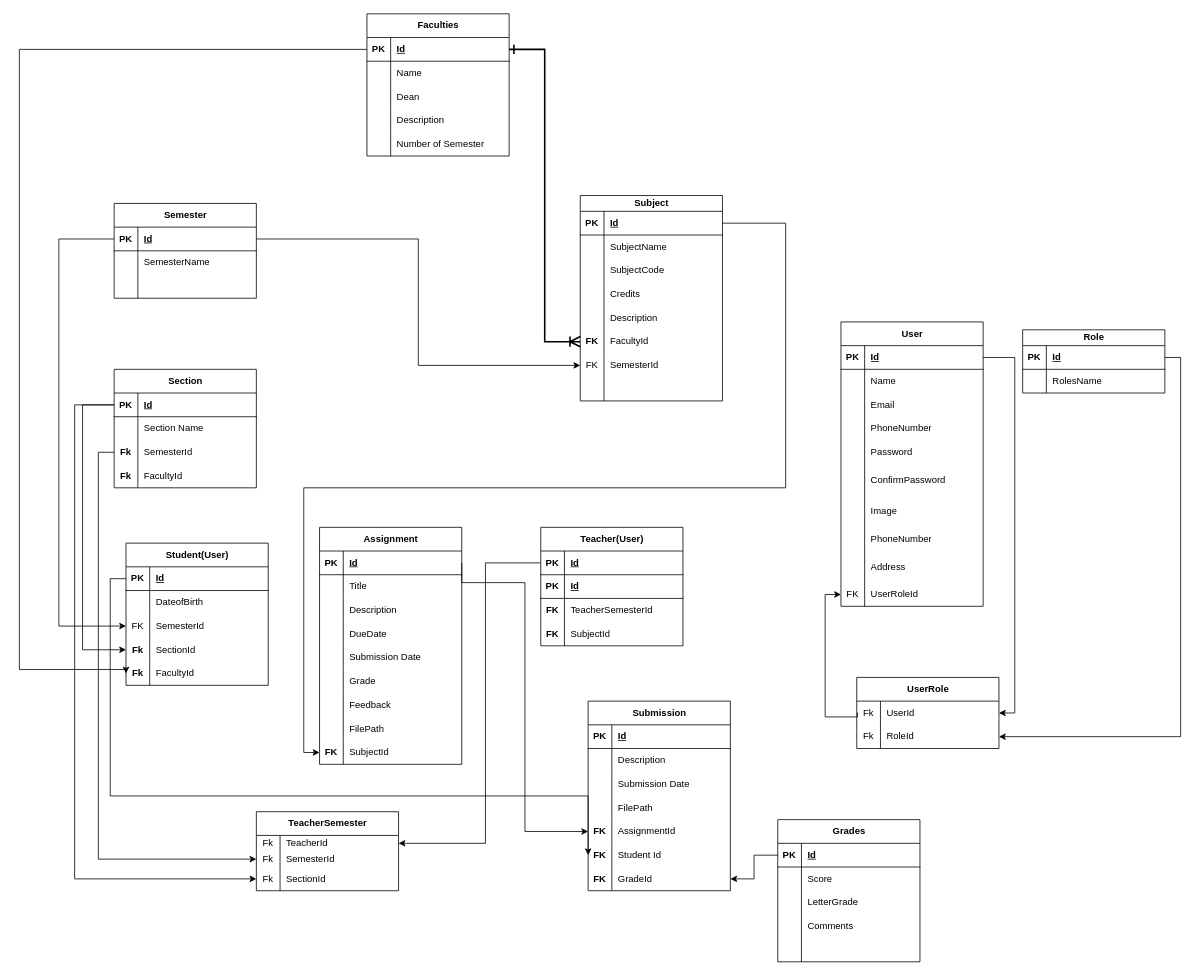
Before: Untitled Diagram.drawio in Prakriti4/DotNetMVC, a draw.io diagram. Source tidied: cells renumbered, new cells numbered last; positions are measured from the earlier drawing's top-left corner, leaving out a move shared by most shapes. Both pictures are drawn from the tidied source at 79%, with x=0, y=0 at pixel (19, 13).
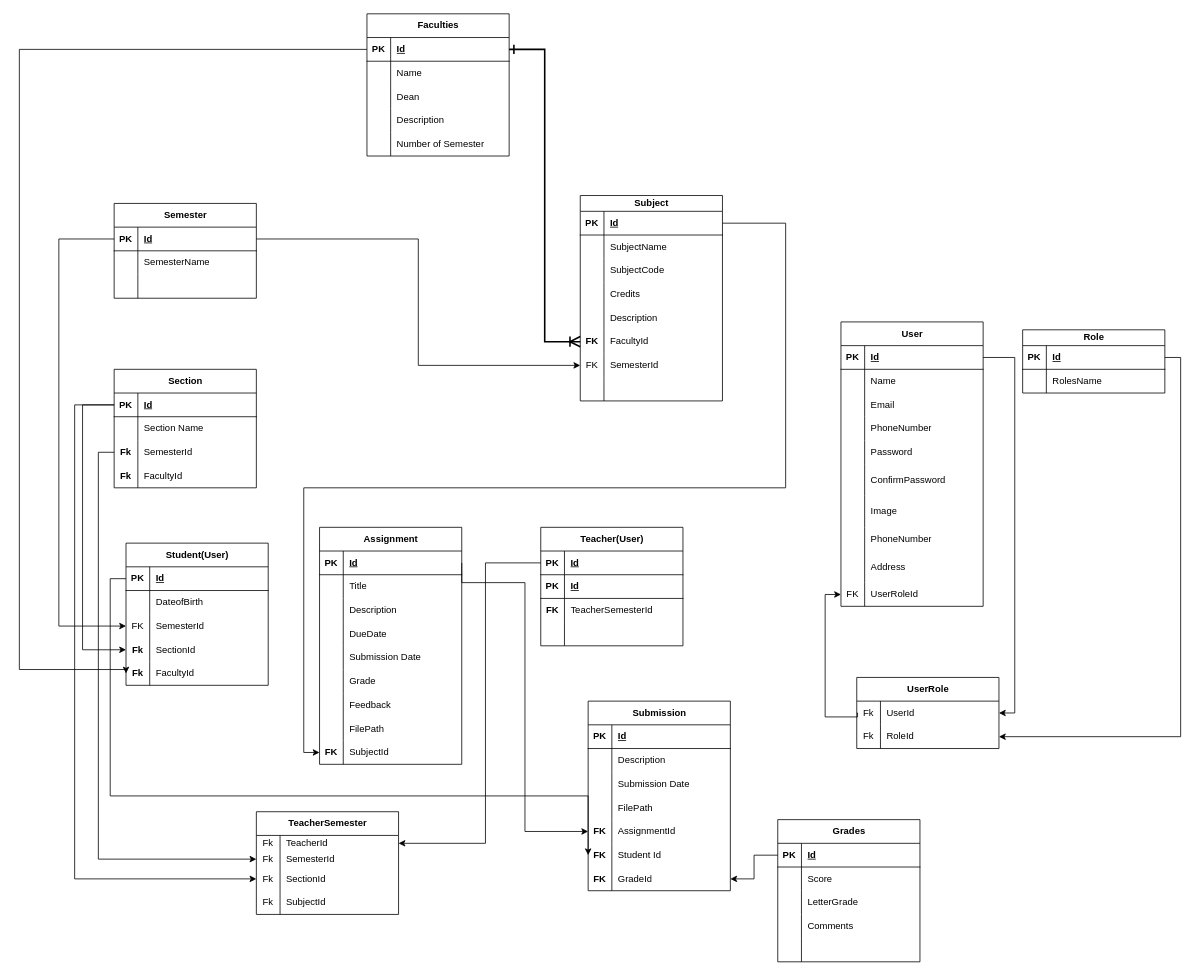
Above is the later version.

The change refers to these unchanged cells:
```xml
<mxCell id="40" style="shape=tableRow;horizontal=0;startSize=0;swimlaneHead=0;swimlaneBody=0;fillColor=none;top=0;left=0;right=0;bottom=0;" parent="30" vertex="1">
  <mxGeometry y="120" width="180" height="30" as="geometry" />
</mxCell>
```

What changed in the source:
```diff
@@
-    <mxCell id="41" value="&lt;b&gt;FK&lt;/b&gt;" style="shape=partialRectangle;fillColor=none;top=0;left=0;bottom=0;right=0;overflow=hidden;whiteSpace=wrap;html=1;" parent="40" vertex="1">
+    <mxCell id="41" style="shape=partialRectangle;fillColor=none;top=0;left=0;bottom=0;right=0;overflow=hidden;whiteSpace=wrap;html=1;" parent="40" vertex="1">
       <mxGeometry width="30" height="30" as="geometry" />
     </mxCell>
-    <mxCell id="42" value="SubjectId" style="shape=partialRectangle;fillColor=none;top=0;left=0;bottom=0;right=0;align=left;spacingLeft=6;overflow=hidden;whiteSpace=wrap;html=1;" parent="40" vertex="1">
+    <mxCell id="42" style="shape=partialRectangle;fillColor=none;top=0;left=0;bottom=0;right=0;align=left;spacingLeft=6;overflow=hidden;whiteSpace=wrap;html=1;" parent="40" vertex="1">
       <mxGeometry x="30" width="150" height="30" as="geometry" />
     </mxCell>
@@
     <mxCell id="171" value="TeacherSemester" style="shape=table;startSize=30;childLayout=tableLayout;rowLines=0;fontStyle=1;align=center;html=1;" parent="1" vertex="1">
-      <mxGeometry x="300" y="1010" width="180" height="100" as="geometry" />
+      <mxGeometry x="300" y="1010" width="180" height="130" as="geometry" />
     </mxCell>
@@
+    <mxCell id="231" style="shape=tableRow;horizontal=0;startSize=0;swimlaneHead=0;swimlaneBody=0;fillColor=none;top=0;left=0;right=0;bottom=0;" parent="171" vertex="1">
+      <mxGeometry y="100" width="180" height="30" as="geometry" />
+    </mxCell>
+    <mxCell id="232" value="Fk" style="shape=partialRectangle;fillColor=none;top=0;left=0;bottom=0;right=0;overflow=hidden;whiteSpace=wrap;html=1;" parent="231" vertex="1">
+      <mxGeometry width="30" height="30" as="geometry" />
+    </mxCell>
+    <mxCell id="233" value="SubjectId" style="shape=partialRectangle;fillColor=none;top=0;left=0;bottom=0;right=0;align=left;spacingLeft=6;overflow=hidden;whiteSpace=wrap;html=1;" parent="231" vertex="1">
+      <mxGeometry x="30" width="150" height="30" as="geometry" />
+    </mxCell>
```
